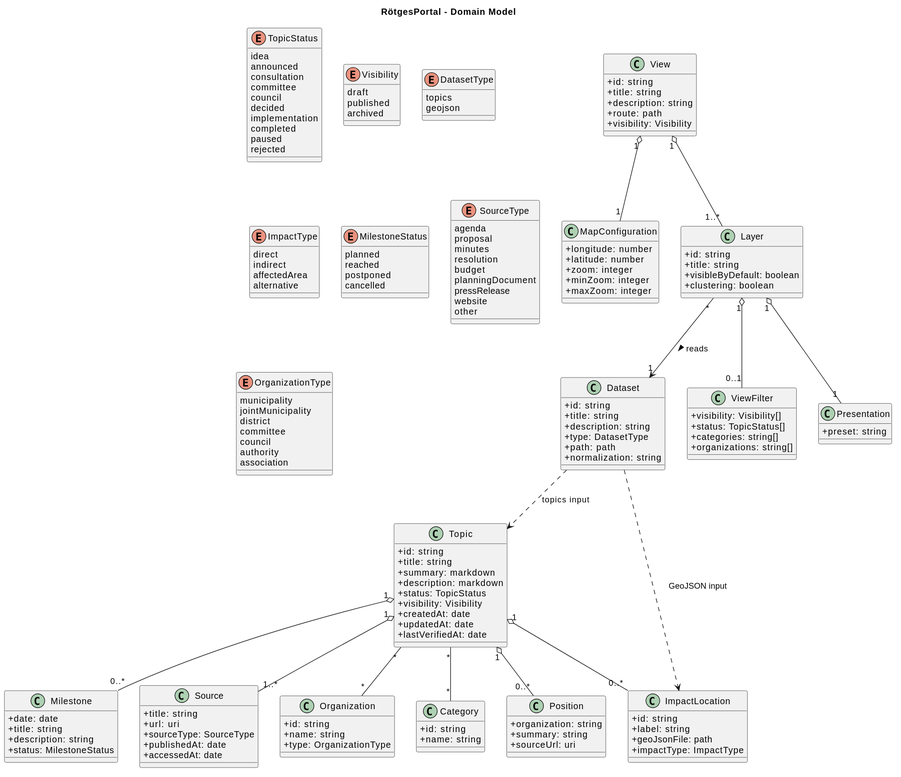
This is docs/architecture/domain-model.svg from codeWithDEI/RoetgesPortal, a PlantUML export, as it was before one commit.
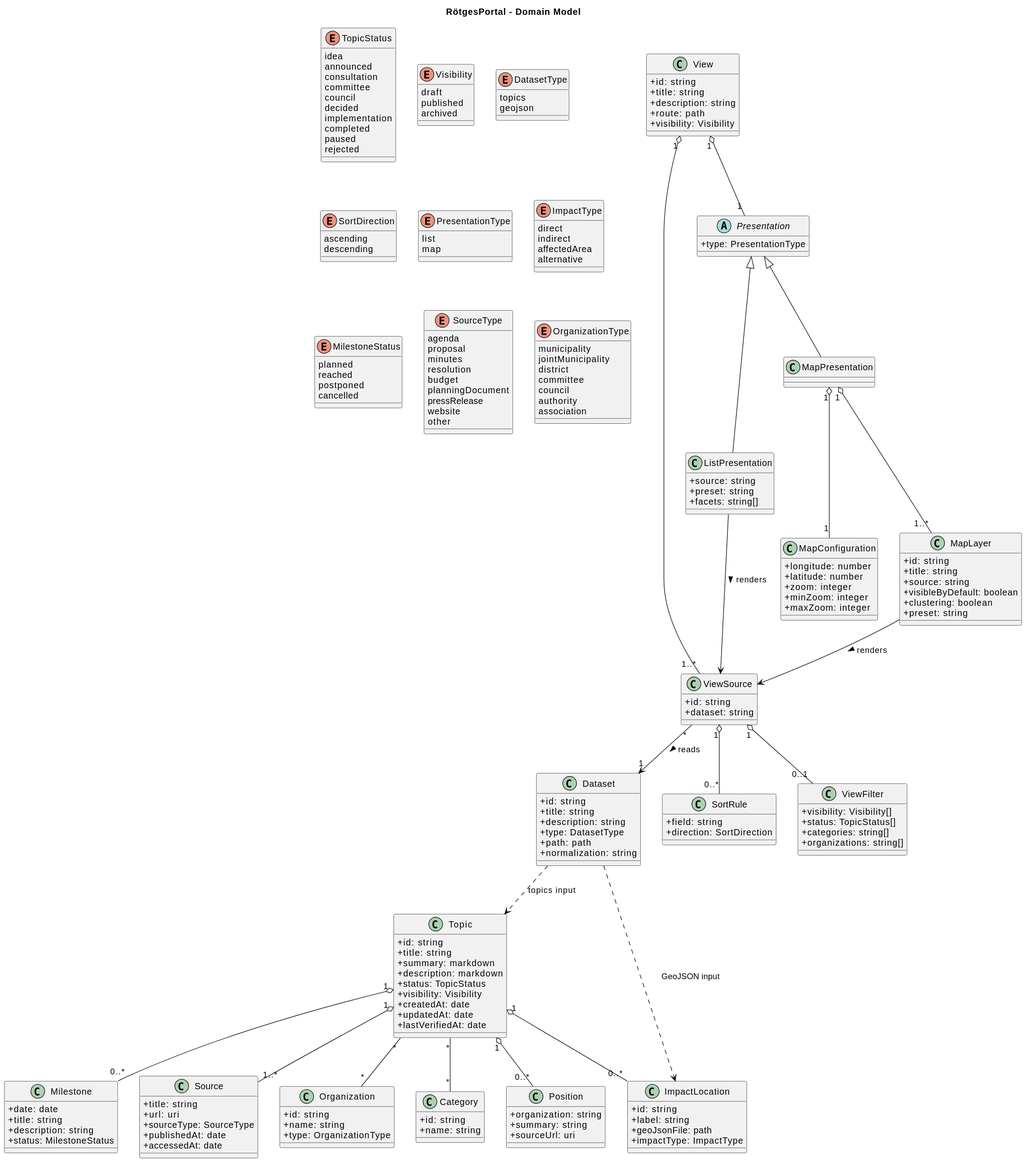
After the commit.

What changed in the source:
```diff
@@ -57,6 +57,38 @@
   +visibility: Visibility
 }
 
+class ViewSource {
+  +id: string
+  +dataset: string
+}
+
+class SortRule {
+  +field: string
+  +direction: SortDirection
+}
+
+enum SortDirection {
+  ascending
+  descending
+}
+
+abstract class Presentation {
+  +type: PresentationType
+}
+
+enum PresentationType {
+  list
+  map
+}
+
+class ListPresentation {
+  +source: string
+  +preset: string
+  +facets: string[]
+}
+
+class MapPresentation
+
 class MapConfiguration {
   +longitude: number
   +latitude: number
@@ -65,11 +97,13 @@
   +maxZoom: integer
 }
 
-class Layer {
+class MapLayer {
   +id: string
   +title: string
+  +source: string
   +visibleByDefault: boolean
   +clustering: boolean
+  +preset: string
 }
 
 class ViewFilter {
@@ -77,10 +111,6 @@
   +status: TopicStatus[]
   +categories: string[]
   +organizations: string[]
-}
-
-class Presentation {
-  +preset: string
 }
 
 class ImpactLocation {
@@ -166,9 +196,15 @@
 Topic "1" o-- "0..*" Position
 Dataset ..> Topic : topics input
 Dataset ..> ImpactLocation : GeoJSON input
-View "1" o-- "1..*" Layer
-View "1" o-- "1" MapConfiguration
-Layer "*" --> "1" Dataset : reads >
-Layer "1" o-- "0..1" ViewFilter
-Layer "1" o-- "1" Presentation
+View "1" o-- "1..*" ViewSource
+View "1" o-- "1" Presentation
+ViewSource "*" --> "1" Dataset : reads >
+ViewSource "1" o-- "0..1" ViewFilter
+ViewSource "1" o-- "0..*" SortRule
+Presentation <|-- ListPresentation
+Presentation <|-- MapPresentation
+ListPresentation --> ViewSource : renders >
+MapPresentation "1" o-- "1" MapConfiguration
+MapPresentation "1" o-- "1..*" MapLayer
+MapLayer --> ViewSource : renders >
 @enduml
```
